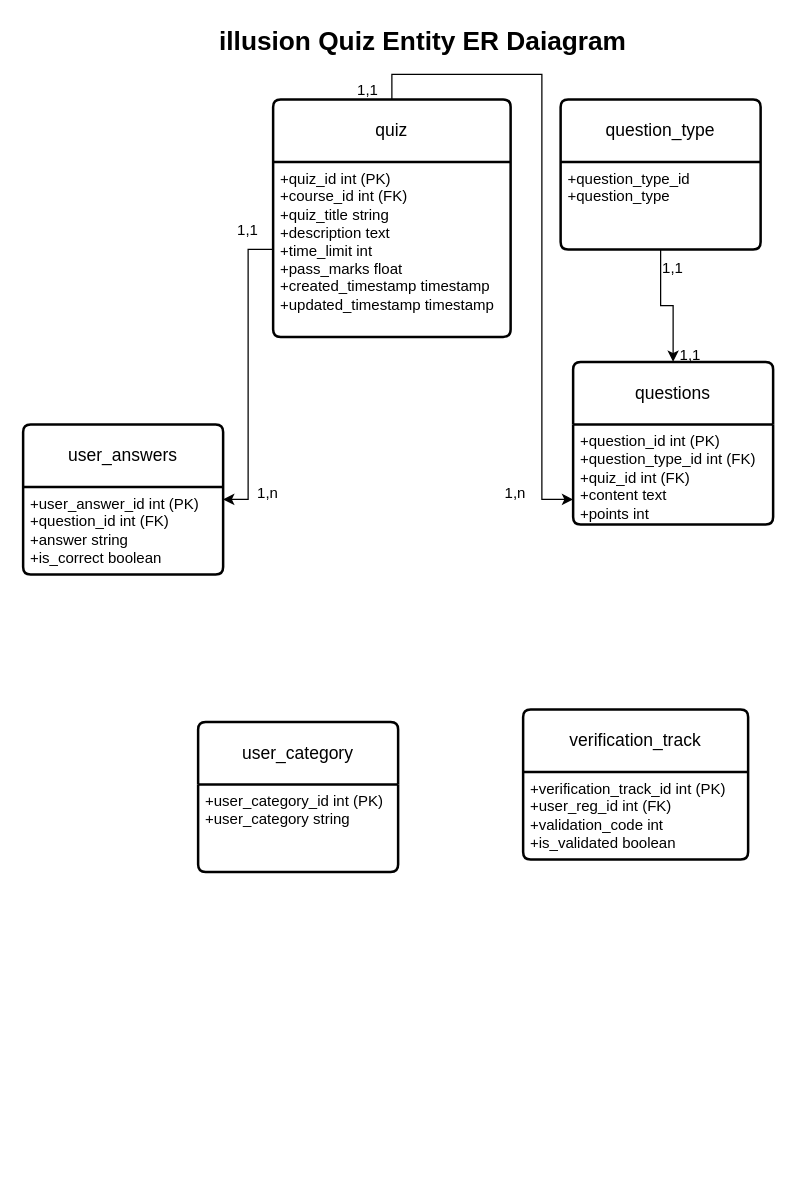
This is illusion hackathon db model schema 2.drawio from The-Illusion-services/illusion-BE, a draw.io file, before an edit. Source tidied: cells renumbered, new cells numbered last; positions are measured from the earlier drawing's top-left corner, leaving out a move shared by most shapes. Both pictures are drawn from the tidied source at 125%, with x=0, y=0 at pixel (22, 21).
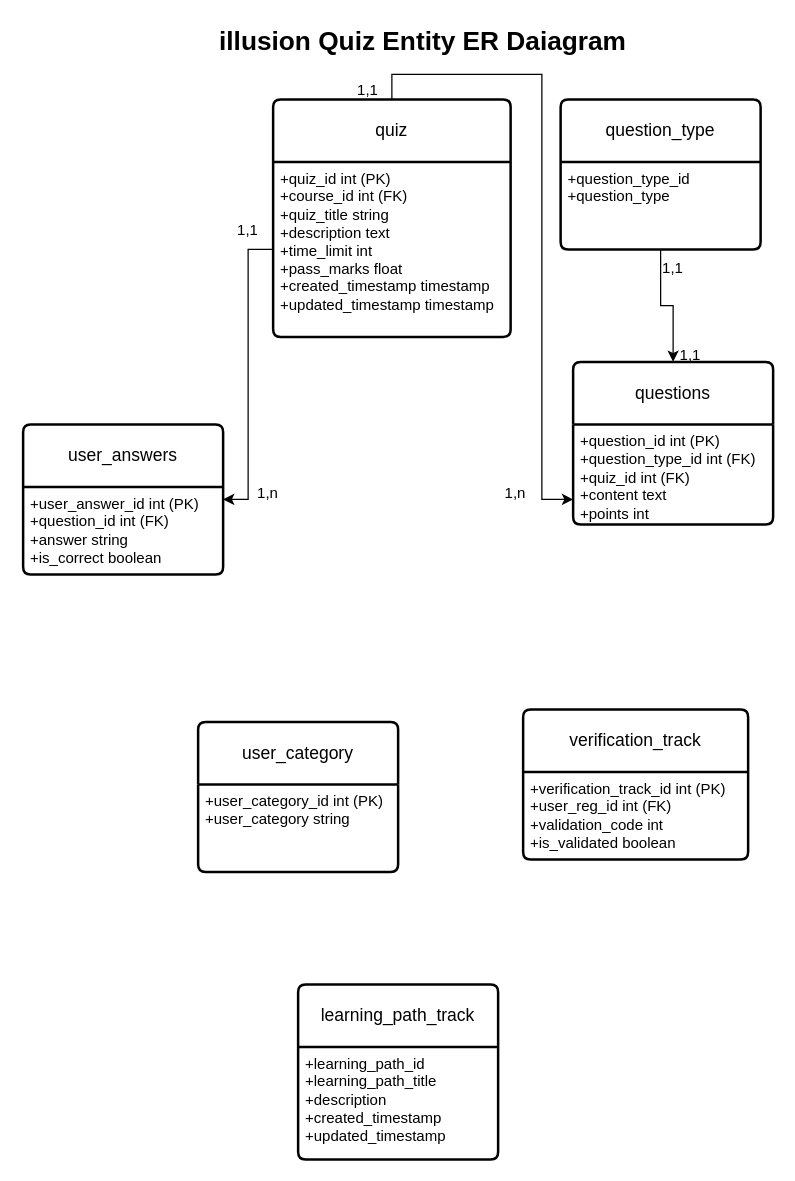
After the change.

Diff of the diagram source:
```diff
@@
+    <mxCell id="25" value="learning_path_track" style="swimlane;horizontal=1;startSize=50;rounded=1;fontSize=14;fontStyle=0;strokeWidth=2;shadow=0;dashed=0;align=center;arcSize=4;whiteSpace=wrap;html=1;" parent="1" vertex="1">
+      <mxGeometry x="220" y="770" width="160" height="140" as="geometry" />
+    </mxCell>
+    <mxCell id="26" value="+learning_path_id&lt;br&gt;+learning_path_title&lt;br&gt;&lt;div&gt;+description&lt;/div&gt;&lt;div&gt;+created_timestamp&lt;/div&gt;&lt;div&gt;+updated_timestamp&lt;br&gt;&lt;/div&gt;" style="align=left;strokeColor=none;fillColor=none;spacingLeft=4;fontSize=12;verticalAlign=top;html=1;" parent="25" vertex="1">
+      <mxGeometry y="50" width="160" height="90" as="geometry" />
+    </mxCell>
```
